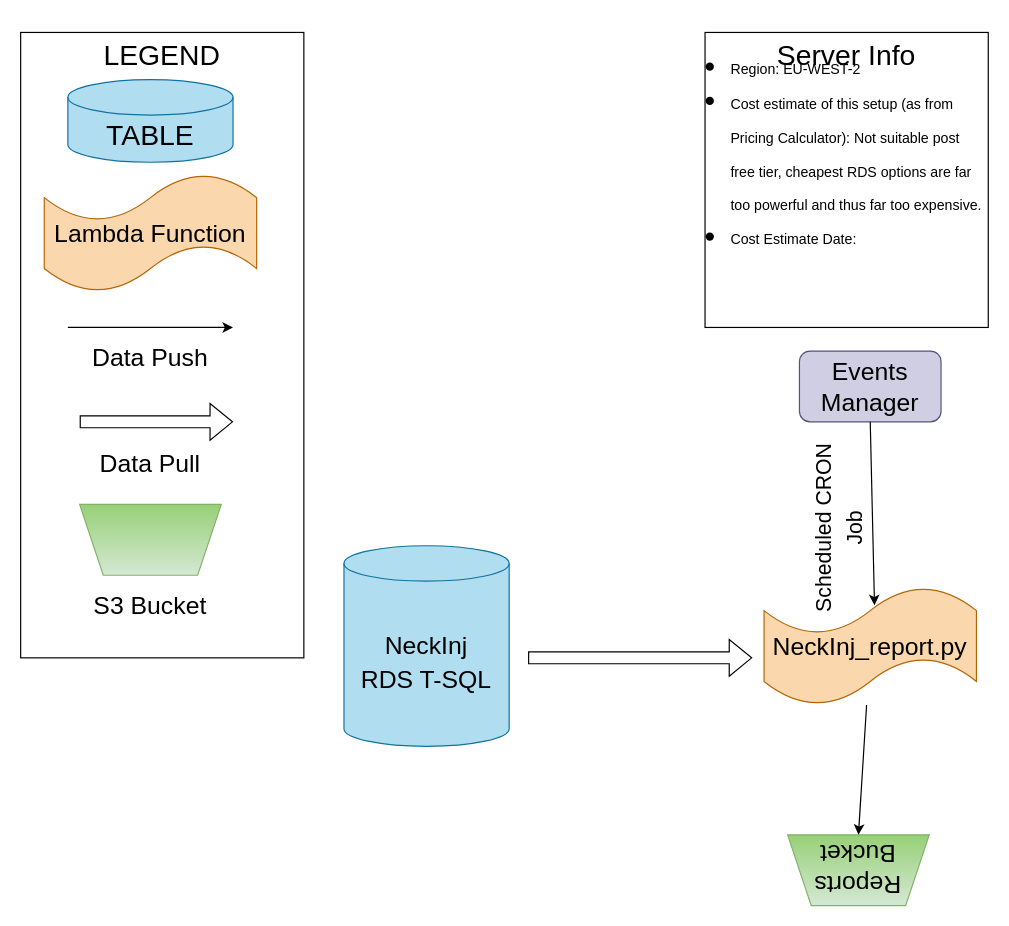
ancollis757/trackingtables keeps this draw.io diagram as Tracking_AWS_Structure.drawio. Above is the earlier version. Source tidied: cells renumbered, new cells numbered last; positions are measured from the earlier drawing's top-left corner, leaving out a move shared by most shapes. Both pictures are drawn from the tidied source at 118%, with x=0, y=0 at pixel (20, 32).
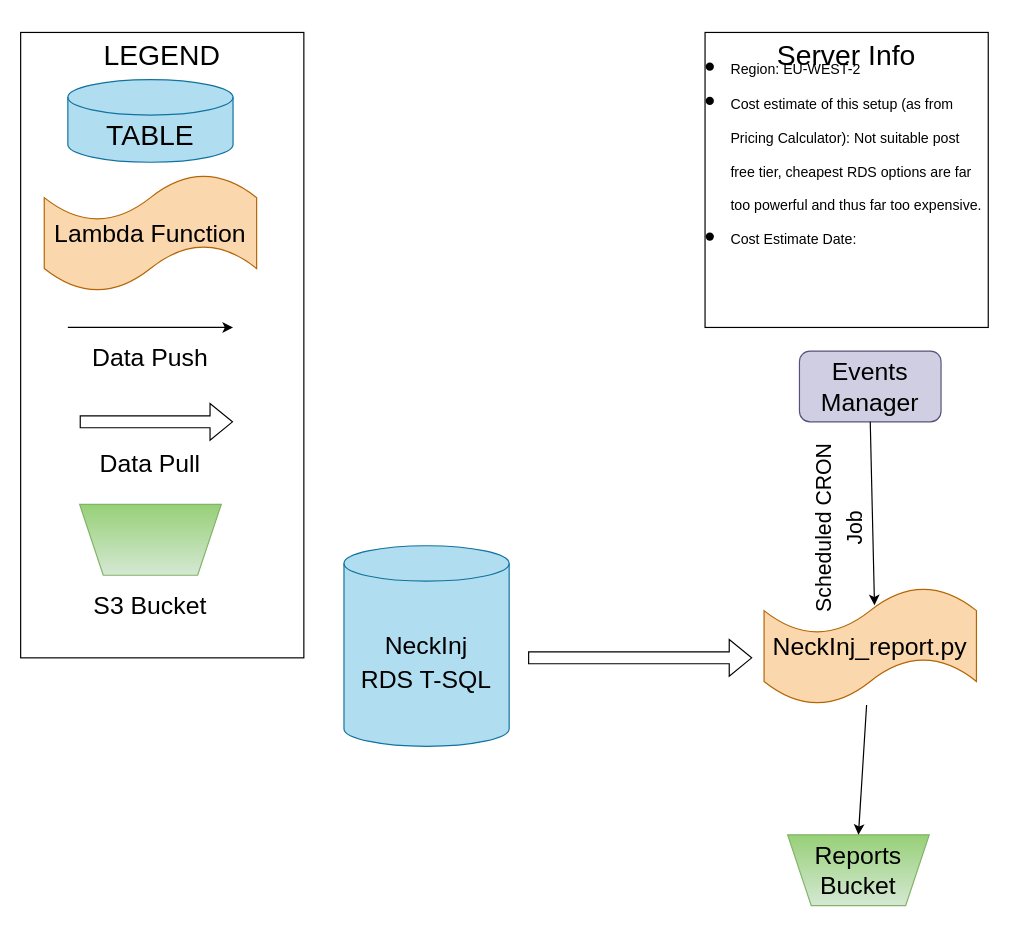
After the change.

The edit, as a diff of the source:
```diff
@@
-    <mxCell id="19" value="Reports Bucket" style="text;html=1;strokeColor=none;fillColor=none;align=center;verticalAlign=middle;whiteSpace=wrap;rounded=0;fontSize=21;rotation=-180;" parent="1" vertex="1">
+    <mxCell id="19" value="Reports Bucket" style="text;html=1;strokeColor=none;fillColor=none;align=center;verticalAlign=middle;whiteSpace=wrap;rounded=0;fontSize=21;rotation=0;" parent="1" vertex="1">
       <mxGeometry x="645" y="695" width="130" height="30" as="geometry" />
     </mxCell>
```
